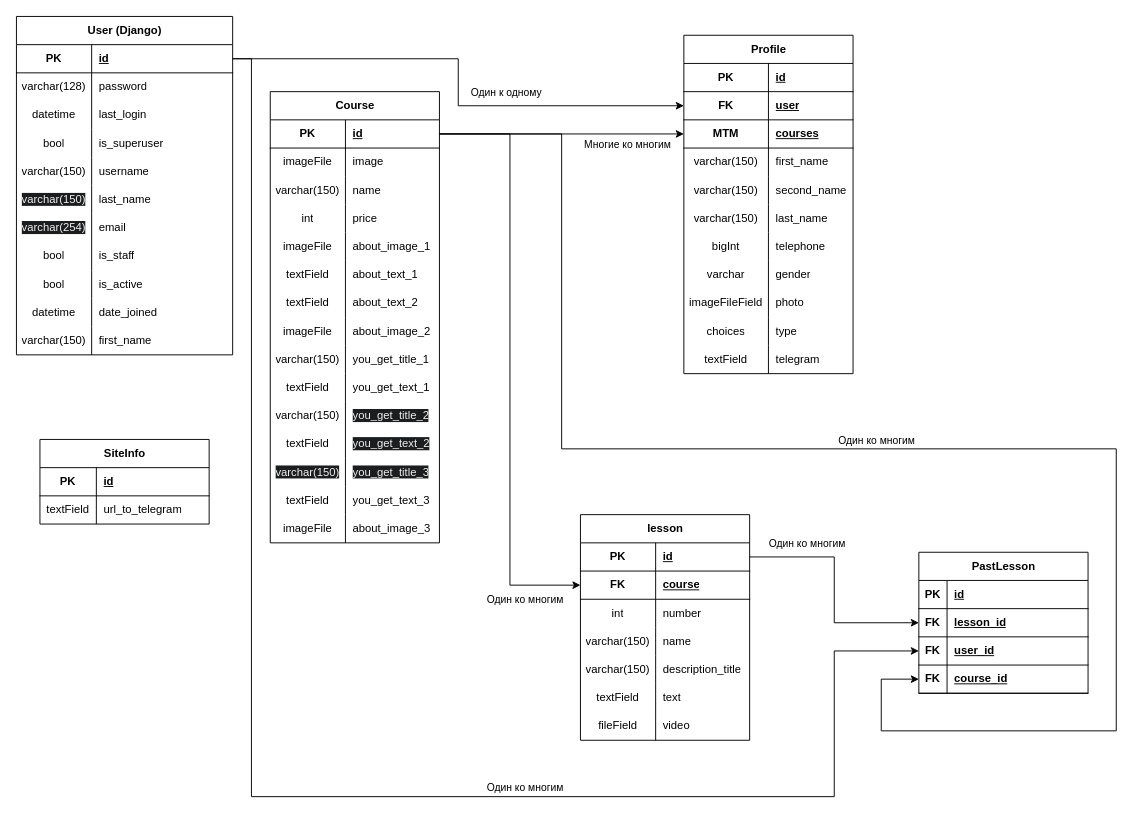
Above: database_tables_diagram.drawio in Rade16/All-in-school-React (draw.io), before the change. Source tidied: cells renumbered, new cells numbered last; positions are measured from the earlier drawing's top-left corner, leaving out a move shared by most shapes. Both pictures are drawn from the tidied source at 94%, with x=0, y=0 at pixel (16, 16).
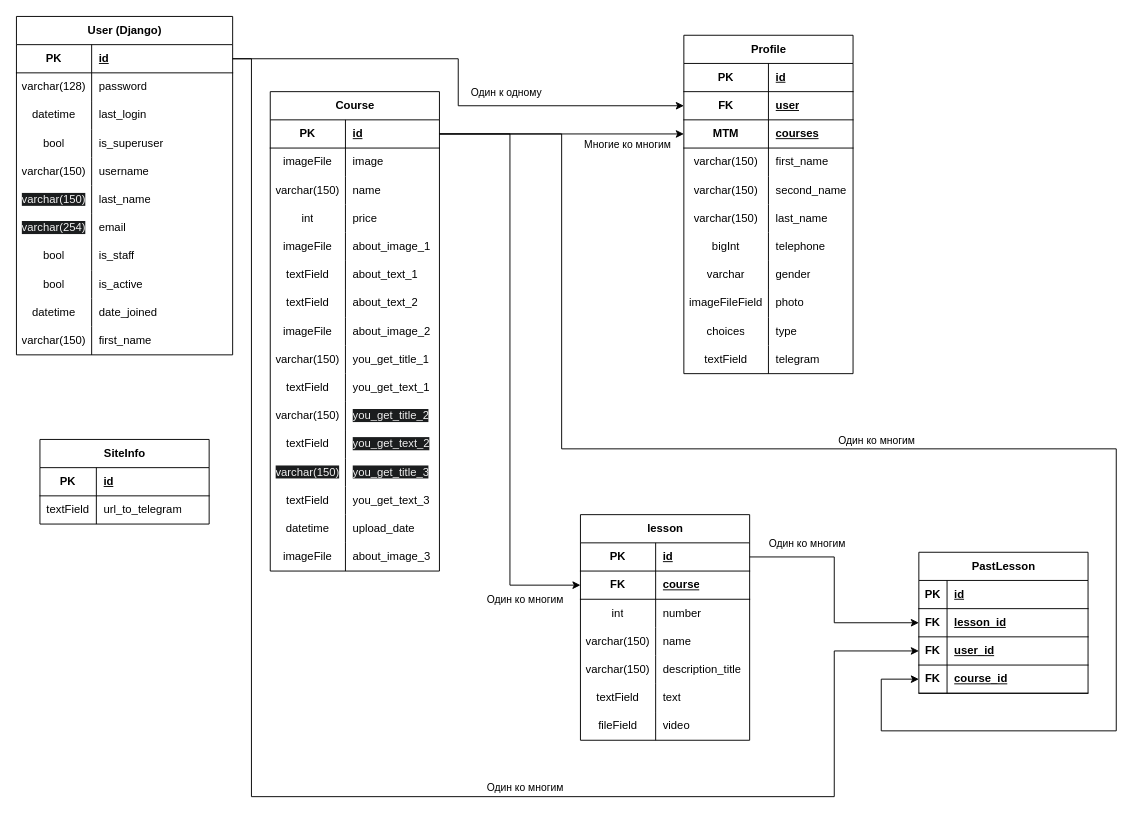
The same diagram, later.

Commit message (it also covers changes not shown here):
added workbench diagram

Change to the diagram source:
```diff
@@
     <mxCell id="72" value="Course" style="shape=table;startSize=30;childLayout=tableLayout;rowLines=0;fontStyle=1;align=center;html=1;" parent="1" vertex="1">
-      <mxGeometry x="270" y="80" width="180" height="480" as="geometry" />
+      <mxGeometry x="270" y="80" width="180" height="510" as="geometry" />
     </mxCell>
@@
+    <mxCell id="170" style="shape=tableRow;horizontal=0;startSize=0;swimlaneHead=0;swimlaneBody=0;fillColor=none;top=0;left=0;right=0;bottom=0;" parent="72" vertex="1">
+      <mxGeometry y="450" width="180" height="30" as="geometry" />
+    </mxCell>
+    <mxCell id="171" value="datetime" style="shape=partialRectangle;fillColor=none;top=0;left=0;bottom=0;right=0;overflow=hidden;whiteSpace=wrap;html=1;" parent="170" vertex="1">
+      <mxGeometry width="80" height="30" as="geometry" />
+    </mxCell>
+    <mxCell id="172" value="upload_date" style="shape=partialRectangle;fillColor=none;top=0;left=0;bottom=0;right=0;align=left;spacingLeft=6;overflow=hidden;whiteSpace=wrap;html=1;" parent="170" vertex="1">
+      <mxGeometry x="80" width="100" height="30" as="geometry" />
+    </mxCell>
     <mxCell id="115" style="shape=tableRow;horizontal=0;startSize=0;swimlaneHead=0;swimlaneBody=0;fillColor=none;top=0;left=0;right=0;bottom=0;" parent="72" vertex="1">
-      <mxGeometry y="450" width="180" height="30" as="geometry" />
+      <mxGeometry y="480" width="180" height="30" as="geometry" />
     </mxCell>
```
